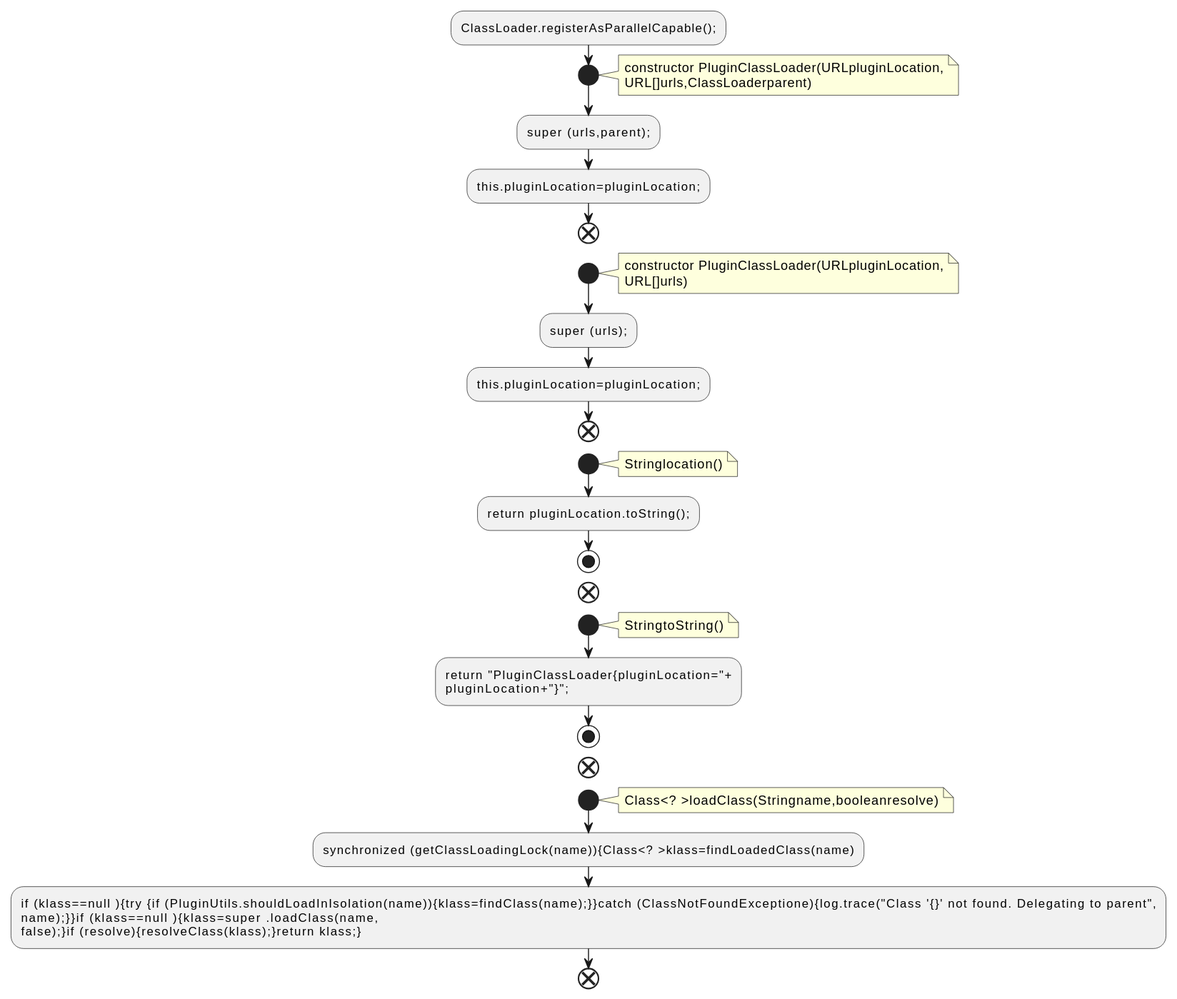
Above: docs/qc/connect/runtime/src/main/java/org/apache/kafka/connect/runtime/isolation/PluginClassLoader.java.fct.svg in qualitesys/kafka (PlantUML), before the change.
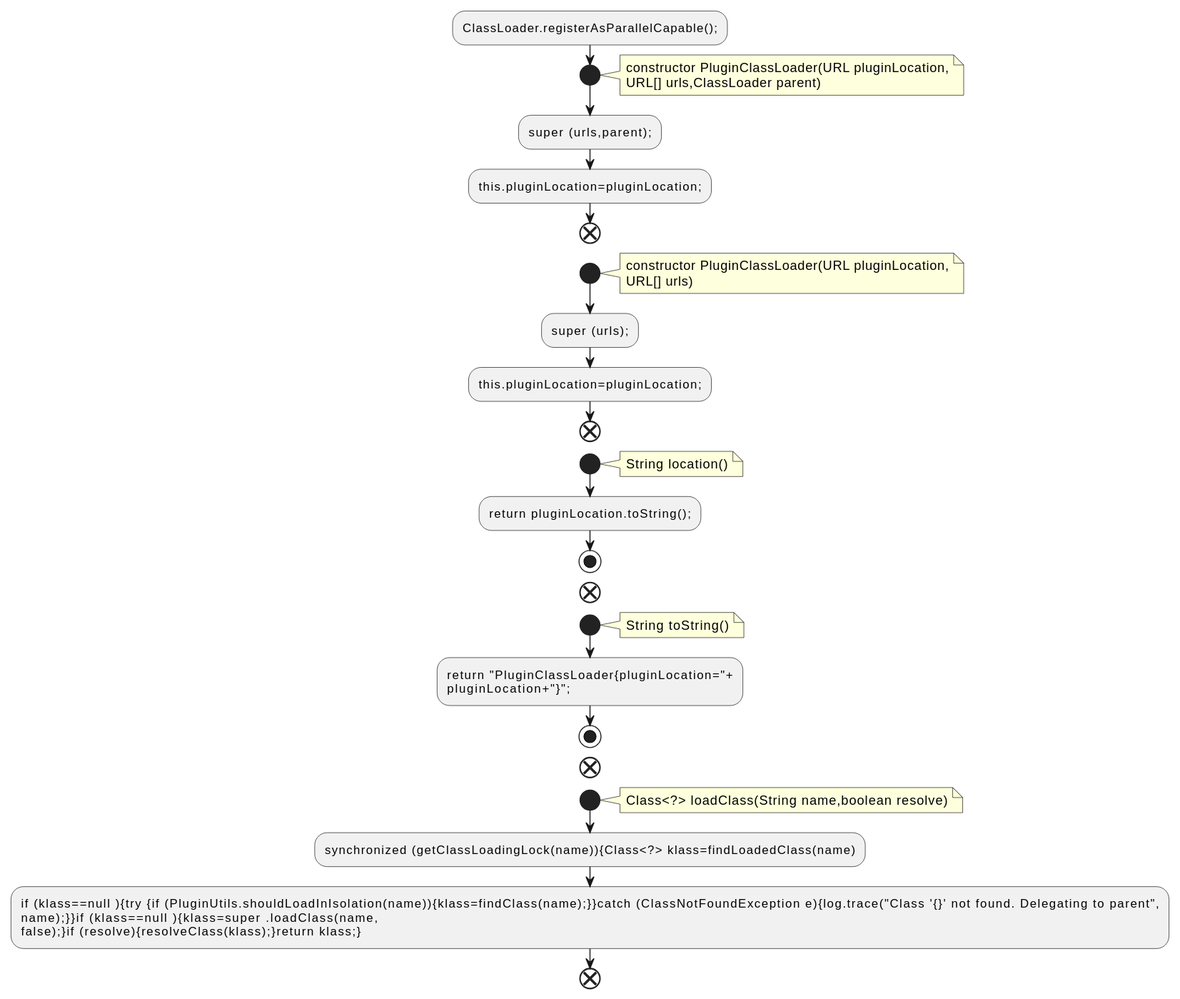
The same diagram one commit later.

The edit, as a diff of the source:
```diff
@@ -3,30 +3,30 @@
 :ClassLoader.registerAsParallelCapable();;
 start
 note right
-constructor PluginClassLoader(URLpluginLocation,
-URL[]urls,ClassLoaderparent)
+constructor PluginClassLoader(URL pluginLocation,
+URL[] urls,ClassLoader parent)
 end note
 :super (urls,parent);;
 :this.pluginLocation=pluginLocation;;
 end
 start
 note right
-constructor PluginClassLoader(URLpluginLocation,
-URL[]urls)
+constructor PluginClassLoader(URL pluginLocation,
+URL[] urls)
 end note
 :super (urls);;
 :this.pluginLocation=pluginLocation;;
 end
 start
 note right
-Stringlocation()
+String location()
 end note
 :return pluginLocation.toString();;
 stop
 end
 start
 note right
-StringtoString()
+String toString()
 end note
 :return "PluginClassLoader{pluginLocation="+
 pluginLocation+"}";;
@@ -34,10 +34,10 @@
 end
 start
 note right
-Class<? >loadClass(Stringname,booleanresolve)
+Class<?> loadClass(String name,boolean resolve)
 end note
-:synchronized (getClassLoadingLock(name)){Class<? >klass=findLoadedClass(name);
-:if (klass==null ){try {if (PluginUtils.shouldLoadInIsolation(name)){klass=findClass(name);}}catch (ClassNotFoundExceptione){log.trace("Class '{}' not found. Delegating to parent",
+:synchronized (getClassLoadingLock(name)){Class<?> klass=findLoadedClass(name);
+:if (klass==null ){try {if (PluginUtils.shouldLoadInIsolation(name)){klass=findClass(name);}}catch (ClassNotFoundException e){log.trace("Class '{}' not found. Delegating to parent",
 name);}}if (klass==null ){klass=super .loadClass(name,
 false);}if (resolve){resolveClass(klass);}return klass;};
 end
```
